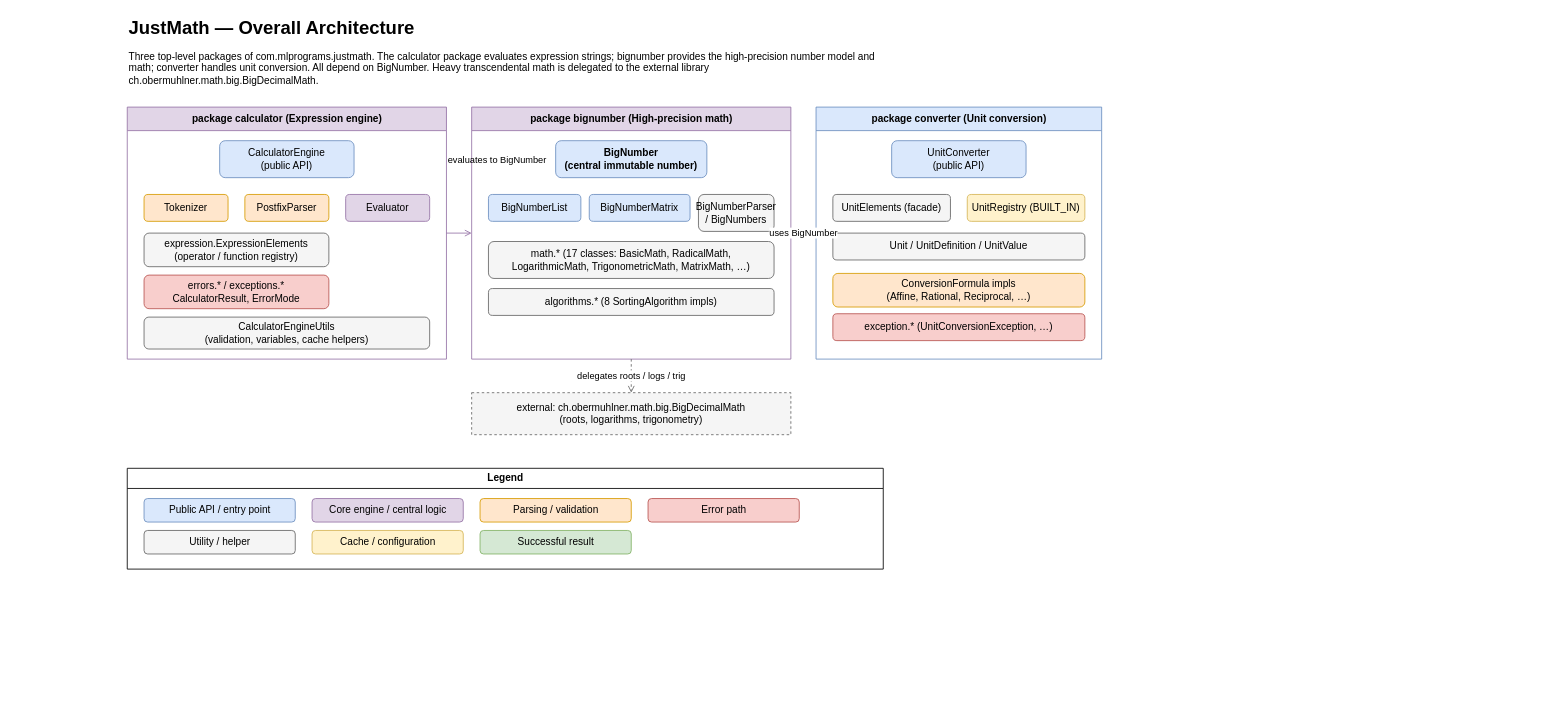
Above: docs/diagrams/architecture/01-overall-architecture.drawio in lembergmax/JustMath (draw.io), before the change. Source tidied: cells renumbered, new cells numbered last; positions are measured from the earlier drawing's top-left corner, leaving out a move shared by most shapes. Both pictures are drawn from the tidied source at 84%, with x=0, y=0 at pixel (127, 14).
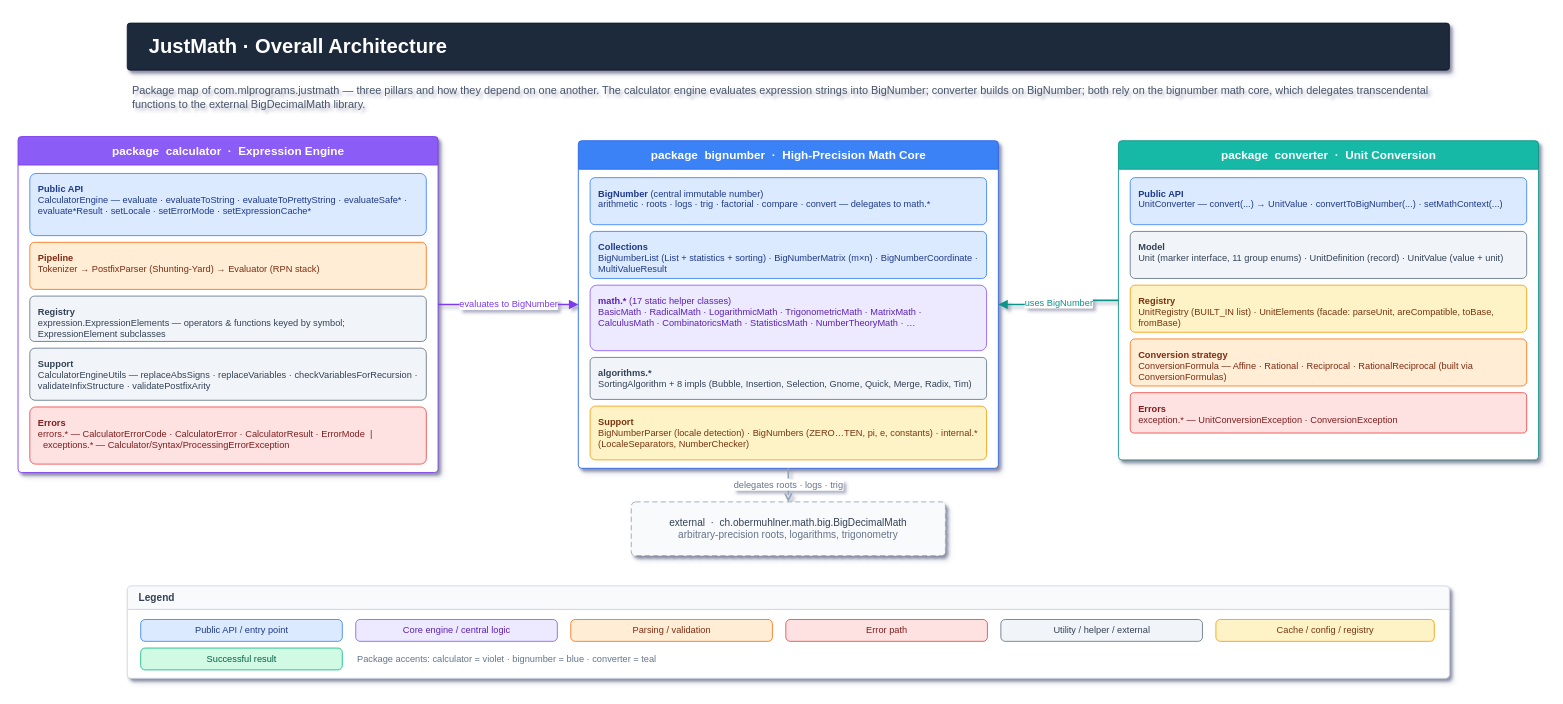
Above is the later version.

What changed in the source:
```diff
@@
-<mxGraphModel>
+<mxGraphModel shadow="1">
@@
-    <mxCell id="2" value="JustMath — Overall Architecture" style="text;html=1;fontSize=22;fontStyle=1;align=left;verticalAlign=middle;" parent="1" vertex="1">
-      <mxGeometry width="700" height="34" as="geometry" />
-    </mxCell>
-    <mxCell id="3" value="Three top-level packages of com.mlprograms.justmath. The calculator package evaluates expression strings; bignumber provides the high-precision number model and math; converter handles unit conversion. All depend on BigNumber. Heavy transcendental math is delegated to the external library ch.obermuhlner.math.big.BigDecimalMath." style="text;html=1;fontSize=12;align=left;verticalAlign=top;whiteSpace=wrap;" parent="1" vertex="1">
-      <mxGeometry y="36" width="900" height="54" as="geometry" />
-    </mxCell>
+    <mxCell id="39" value="JustMath  ·  Overall Architecture" style="rounded=1;arcSize=6;html=1;fillColor=#1E293B;strokeColor=#0F172A;fontColor=#FFFFFF;fontSize=24;fontStyle=1;fontFamily=Helvetica;align=left;verticalAlign=middle;spacingLeft=24;shadow=1;" parent="1" vertex="1">
+      <mxGeometry y="10" width="1574" height="56" as="geometry" />
+    </mxCell>
+    <mxCell id="40" value="Package map of com.mlprograms.justmath — three pillars and how they depend on one another. The calculator engine evaluates expression strings into BigNumber; converter builds on BigNumber; both rely on the bignumber math core, which delegates transcendental functions to the external BigDecimalMath library." style="text;html=1;fontColor=#475569;fontSize=13;fontFamily=Helvetica;align=left;verticalAlign=top;whiteSpace=wrap;" parent="1" vertex="1">
+      <mxGeometry x="4" y="76" width="1560" height="50" as="geometry" />
+    </mxCell>
-    <mxCell id="4" value="package calculator  (Expression engine)" style="swimlane;html=1;startSize=28;fillColor=#e1d5e7;strokeColor=#9673a6;fontStyle=1;verticalAlign=top;" parent="1" vertex="1">
-      <mxGeometry y="110" width="380" height="300" as="geometry" />
+    <mxCell id="4" value="package  calculator  ·  Expression Engine" style="swimlane;rounded=1;arcSize=4;html=1;startSize=34;fillColor=#8B5CF6;strokeColor=#7C3AED;fontColor=#FFFFFF;fontStyle=1;fontSize=14;fontFamily=Helvetica;verticalAlign=middle;align=center;swimlaneFillColor=#FFFFFF;shadow=1;" parent="1" vertex="1">
+      <mxGeometry x="-130" y="145" width="500" height="400" as="geometry" />
     </mxCell>
-    <mxCell id="5" value="CalculatorEngine&#10;(public API)" style="rounded=1;html=1;whiteSpace=wrap;fillColor=#dae8fc;strokeColor=#6c8ebf;" parent="4" vertex="1">
-      <mxGeometry x="110" y="40" width="160" height="44" as="geometry" />
-    </mxCell>
-    <mxCell id="6" value="Tokenizer" style="rounded=1;html=1;whiteSpace=wrap;fillColor=#ffe6cc;strokeColor=#d79b00;" parent="4" vertex="1">
-      <mxGeometry x="20" y="104" width="100" height="32" as="geometry" />
-    </mxCell>
-    <mxCell id="7" value="PostfixParser" style="rounded=1;html=1;whiteSpace=wrap;fillColor=#ffe6cc;strokeColor=#d79b00;" parent="4" vertex="1">
-      <mxGeometry x="140" y="104" width="100" height="32" as="geometry" />
-    </mxCell>
-    <mxCell id="8" value="Evaluator" style="rounded=1;html=1;whiteSpace=wrap;fillColor=#e1d5e7;strokeColor=#9673a6;" parent="4" vertex="1">
-      <mxGeometry x="260" y="104" width="100" height="32" as="geometry" />
-    </mxCell>
-    <mxCell id="9" value="expression.ExpressionElements&#10;(operator / function registry)" style="rounded=1;html=1;whiteSpace=wrap;fillColor=#f5f5f5;strokeColor=#666666;" parent="4" vertex="1">
-      <mxGeometry x="20" y="150" width="220" height="40" as="geometry" />
-    </mxCell>
-    <mxCell id="10" value="errors.* / exceptions.*&#10;CalculatorResult, ErrorMode" style="rounded=1;html=1;whiteSpace=wrap;fillColor=#f8cecc;strokeColor=#b85450;" parent="4" vertex="1">
-      <mxGeometry x="20" y="200" width="220" height="40" as="geometry" />
-    </mxCell>
-    <mxCell id="11" value="CalculatorEngineUtils&#10;(validation, variables, cache helpers)" style="rounded=1;html=1;whiteSpace=wrap;fillColor=#f5f5f5;strokeColor=#666666;" parent="4" vertex="1">
-      <mxGeometry x="20" y="250" width="340" height="38" as="geometry" />
-    </mxCell>
+    <mxCell id="41" value="&lt;b&gt;Public API&lt;/b&gt;&lt;br&gt;CalculatorEngine — evaluate · evaluateToString · evaluateToPrettyString · evaluateSafe* · evaluate*Result · setLocale · setErrorMode · setExpressionCache*" style="text;html=1;fillColor=#DBEAFE;strokeColor=#3B82F6;fontColor=#1E3A8A;fontSize=11;fontFamily=Helvetica;align=left;verticalAlign=top;whiteSpace=wrap;rounded=1;arcSize=10;spacingLeft=8;spacingTop=6;spacingRight=8;" parent="4" vertex="1">
+      <mxGeometry x="14" y="44" width="472" height="74" as="geometry" />
+    </mxCell>
+    <mxCell id="42" value="&lt;b&gt;Pipeline&lt;/b&gt;&lt;br&gt;Tokenizer → PostfixParser (Shunting-Yard) → Evaluator (RPN stack)" style="text;html=1;fillColor=#FFEDD5;strokeColor=#F97316;fontColor=#7C2D12;fontSize=11;fontFamily=Helvetica;align=left;verticalAlign=top;whiteSpace=wrap;rounded=1;arcSize=10;spacingLeft=8;spacingTop=6;spacingRight=8;" parent="4" vertex="1">
+      <mxGeometry x="14" y="126" width="472" height="56" as="geometry" />
+    </mxCell>
+    <mxCell id="43" value="&lt;b&gt;Registry&lt;/b&gt;&lt;br&gt;expression.ExpressionElements — operators &amp;amp; functions keyed by symbol; ExpressionElement subclasses" style="text;html=1;fillColor=#F1F5F9;strokeColor=#64748B;fontColor=#334155;fontSize=11;fontFamily=Helvetica;align=left;verticalAlign=top;whiteSpace=wrap;rounded=1;arcSize=10;spacingLeft=8;spacingTop=6;spacingRight=8;" parent="4" vertex="1">
+      <mxGeometry x="14" y="190" width="472" height="54" as="geometry" />
+    </mxCell>
+    <mxCell id="44" value="&lt;b&gt;Support&lt;/b&gt;&lt;br&gt;CalculatorEngineUtils — replaceAbsSigns · replaceVariables · checkVariablesForRecursion · validateInfixStructure · validatePostfixArity" style="text;html=1;fillColor=#F1F5F9;strokeColor=#64748B;fontColor=#334155;fontSize=11;fontFamily=Helvetica;align=left;verticalAlign=top;whiteSpace=wrap;rounded=1;arcSize=10;spacingLeft=8;spacingTop=6;spacingRight=8;" parent="4" vertex="1">
+      <mxGeometry x="14" y="252" width="472" height="62" as="geometry" />
+    </mxCell>
+    <mxCell id="45" value="&lt;b&gt;Errors&lt;/b&gt;&lt;br&gt;errors.* — CalculatorErrorCode · CalculatorError · CalculatorResult · ErrorMode  |  exceptions.* — Calculator/Syntax/ProcessingErrorException" style="text;html=1;fillColor=#FEE2E2;strokeColor=#EF4444;fontColor=#7F1D1D;fontSize=11;fontFamily=Helvetica;align=left;verticalAlign=top;whiteSpace=wrap;rounded=1;arcSize=10;spacingLeft=8;spacingTop=6;spacingRight=8;" parent="4" vertex="1">
+      <mxGeometry x="14" y="322" width="472" height="68" as="geometry" />
+    </mxCell>
-    <mxCell id="12" value="package bignumber  (High-precision math)" style="swimlane;html=1;startSize=28;fillColor=#e1d5e7;strokeColor=#9673a6;fontStyle=1;verticalAlign=top;" parent="1" vertex="1">
-      <mxGeometry x="410" y="110" width="380" height="300" as="geometry" />
+    <mxCell id="12" value="package  bignumber  ·  High-Precision Math Core" style="swimlane;rounded=1;arcSize=4;html=1;startSize=34;fillColor=#3B82F6;strokeColor=#2563EB;fontColor=#FFFFFF;fontStyle=1;fontSize=14;fontFamily=Helvetica;verticalAlign=middle;align=center;swimlaneFillColor=#FFFFFF;shadow=1;" parent="1" vertex="1">
+      <mxGeometry x="537" y="150" width="500" height="390" as="geometry" />
     </mxCell>
-    <mxCell id="13" value="BigNumber&#10;(central immutable number)" style="rounded=1;html=1;whiteSpace=wrap;fillColor=#dae8fc;strokeColor=#6c8ebf;fontStyle=1;" parent="12" vertex="1">
-      <mxGeometry x="100" y="40" width="180" height="44" as="geometry" />
-    </mxCell>
-    <mxCell id="14" value="BigNumberList" style="rounded=1;html=1;whiteSpace=wrap;fillColor=#dae8fc;strokeColor=#6c8ebf;" parent="12" vertex="1">
-      <mxGeometry x="20" y="104" width="110" height="32" as="geometry" />
-    </mxCell>
-    <mxCell id="15" value="BigNumberMatrix" style="rounded=1;html=1;whiteSpace=wrap;fillColor=#dae8fc;strokeColor=#6c8ebf;" parent="12" vertex="1">
-      <mxGeometry x="140" y="104" width="120" height="32" as="geometry" />
-    </mxCell>
-    <mxCell id="16" value="BigNumberParser / BigNumbers" style="rounded=1;html=1;whiteSpace=wrap;fillColor=#f5f5f5;strokeColor=#666666;" parent="12" vertex="1">
-      <mxGeometry x="270" y="104" width="90" height="44" as="geometry" />
-    </mxCell>
-    <mxCell id="17" value="math.*  (17 classes: BasicMath, RadicalMath,&#10;LogarithmicMath, TrigonometricMath, MatrixMath, …)" style="rounded=1;html=1;whiteSpace=wrap;fillColor=#f5f5f5;strokeColor=#666666;" parent="12" vertex="1">
-      <mxGeometry x="20" y="160" width="340" height="44" as="geometry" />
-    </mxCell>
-    <mxCell id="18" value="algorithms.*  (8 SortingAlgorithm impls)" style="rounded=1;html=1;whiteSpace=wrap;fillColor=#f5f5f5;strokeColor=#666666;" parent="12" vertex="1">
-      <mxGeometry x="20" y="216" width="340" height="32" as="geometry" />
-    </mxCell>
+    <mxCell id="46" value="&lt;b&gt;BigNumber&lt;/b&gt; (central immutable number)&lt;br&gt;arithmetic · roots · logs · trig · factorial · compare · convert — delegates to math.*" style="text;html=1;fillColor=#DBEAFE;strokeColor=#3B82F6;fontColor=#1E3A8A;fontSize=11;fontFamily=Helvetica;align=left;verticalAlign=top;whiteSpace=wrap;rounded=1;arcSize=10;spacingLeft=8;spacingTop=6;spacingRight=8;" parent="12" vertex="1">
+      <mxGeometry x="14" y="44" width="472" height="56" as="geometry" />
+    </mxCell>
+    <mxCell id="47" value="&lt;b&gt;Collections&lt;/b&gt;&lt;br&gt;BigNumberList (List + statistics + sorting) · BigNumberMatrix (m×n) · BigNumberCoordinate · MultiValueResult" style="text;html=1;fillColor=#DBEAFE;strokeColor=#3B82F6;fontColor=#1E3A8A;fontSize=11;fontFamily=Helvetica;align=left;verticalAlign=top;whiteSpace=wrap;rounded=1;arcSize=10;spacingLeft=8;spacingTop=6;spacingRight=8;" parent="12" vertex="1">
+      <mxGeometry x="14" y="108" width="472" height="56" as="geometry" />
+    </mxCell>
+    <mxCell id="48" value="&lt;b&gt;math.*&lt;/b&gt; (17 static helper classes)&lt;br&gt;BasicMath · RadicalMath · LogarithmicMath · TrigonometricMath · MatrixMath · CalculusMath · CombinatoricsMath · StatisticsMath · NumberTheoryMath · …" style="text;html=1;fillColor=#EDE9FE;strokeColor=#8B5CF6;fontColor=#5B21B6;fontSize=11;fontFamily=Helvetica;align=left;verticalAlign=top;whiteSpace=wrap;rounded=1;arcSize=10;spacingLeft=8;spacingTop=6;spacingRight=8;" parent="12" vertex="1">
+      <mxGeometry x="14" y="172" width="472" height="78" as="geometry" />
+    </mxCell>
+    <mxCell id="49" value="&lt;b&gt;algorithms.*&lt;/b&gt;&lt;br&gt;SortingAlgorithm + 8 impls (Bubble, Insertion, Selection, Gnome, Quick, Merge, Radix, Tim)" style="text;html=1;fillColor=#F1F5F9;strokeColor=#64748B;fontColor=#334155;fontSize=11;fontFamily=Helvetica;align=left;verticalAlign=top;whiteSpace=wrap;rounded=1;arcSize=10;spacingLeft=8;spacingTop=6;spacingRight=8;" parent="12" vertex="1">
+      <mxGeometry x="14" y="258" width="472" height="50" as="geometry" />
+    </mxCell>
+    <mxCell id="50" value="&lt;b&gt;Support&lt;/b&gt;&lt;br&gt;BigNumberParser (locale detection) · BigNumbers (ZERO…TEN, pi, e, constants) · internal.* (LocaleSeparators, NumberChecker)" style="text;html=1;fillColor=#FEF3C7;strokeColor=#F59E0B;fontColor=#78350F;fontSize=11;fontFamily=Helvetica;align=left;verticalAlign=top;whiteSpace=wrap;rounded=1;arcSize=10;spacingLeft=8;spacingTop=6;spacingRight=8;" parent="12" vertex="1">
+      <mxGeometry x="14" y="316" width="472" height="64" as="geometry" />
+    </mxCell>
-    <mxCell id="19" value="package converter  (Unit conversion)" style="swimlane;html=1;startSize=28;fillColor=#dae8fc;strokeColor=#6c8ebf;fontStyle=1;verticalAlign=top;" parent="1" vertex="1">
-      <mxGeometry x="820" y="110" width="340" height="300" as="geometry" />
+    <mxCell id="19" value="package  converter  ·  Unit Conversion" style="swimlane;rounded=1;arcSize=4;html=1;startSize=34;fillColor=#14B8A6;strokeColor=#0D9488;fontColor=#FFFFFF;fontStyle=1;fontSize=14;fontFamily=Helvetica;verticalAlign=middle;align=center;swimlaneFillColor=#FFFFFF;shadow=1;" parent="1" vertex="1">
+      <mxGeometry x="1180" y="150" width="500" height="380" as="geometry" />
     </mxCell>
-    <mxCell id="20" value="UnitConverter&#10;(public API)" style="rounded=1;html=1;whiteSpace=wrap;fillColor=#dae8fc;strokeColor=#6c8ebf;" parent="19" vertex="1">
-      <mxGeometry x="90" y="40" width="160" height="44" as="geometry" />
-    </mxCell>
-    <mxCell id="21" value="UnitElements (facade)" style="rounded=1;html=1;whiteSpace=wrap;fillColor=#f5f5f5;strokeColor=#666666;" parent="19" vertex="1">
-      <mxGeometry x="20" y="104" width="140" height="32" as="geometry" />
-    </mxCell>
-    <mxCell id="22" value="UnitRegistry (BUILT_IN)" style="rounded=1;html=1;whiteSpace=wrap;fillColor=#fff2cc;strokeColor=#d6b656;" parent="19" vertex="1">
-      <mxGeometry x="180" y="104" width="140" height="32" as="geometry" />
-    </mxCell>
-    <mxCell id="23" value="Unit / UnitDefinition / UnitValue" style="rounded=1;html=1;whiteSpace=wrap;fillColor=#f5f5f5;strokeColor=#666666;" parent="19" vertex="1">
-      <mxGeometry x="20" y="150" width="300" height="32" as="geometry" />
-    </mxCell>
-    <mxCell id="24" value="ConversionFormula impls&#10;(Affine, Rational, Reciprocal, …)" style="rounded=1;html=1;whiteSpace=wrap;fillColor=#ffe6cc;strokeColor=#d79b00;" parent="19" vertex="1">
-      <mxGeometry x="20" y="198" width="300" height="40" as="geometry" />
-    </mxCell>
-    <mxCell id="25" value="exception.* (UnitConversionException, …)" style="rounded=1;html=1;whiteSpace=wrap;fillColor=#f8cecc;strokeColor=#b85450;" parent="19" vertex="1">
-      <mxGeometry x="20" y="246" width="300" height="32" as="geometry" />
-    </mxCell>
+    <mxCell id="51" value="&lt;b&gt;Public API&lt;/b&gt;&lt;br&gt;UnitConverter — convert(...) → UnitValue · convertToBigNumber(...) · setMathContext(...)" style="text;html=1;fillColor=#DBEAFE;strokeColor=#3B82F6;fontColor=#1E3A8A;fontSize=11;fontFamily=Helvetica;align=left;verticalAlign=top;whiteSpace=wrap;rounded=1;arcSize=10;spacingLeft=8;spacingTop=6;spacingRight=8;" parent="19" vertex="1">
+      <mxGeometry x="14" y="44" width="472" height="56" as="geometry" />
+    </mxCell>
+    <mxCell id="52" value="&lt;b&gt;Model&lt;/b&gt;&lt;br&gt;Unit (marker interface, 11 group enums) · UnitDefinition (record) · UnitValue (value + unit)" style="text;html=1;fillColor=#F1F5F9;strokeColor=#64748B;fontColor=#334155;fontSize=11;fontFamily=Helvetica;align=left;verticalAlign=top;whiteSpace=wrap;rounded=1;arcSize=10;spacingLeft=8;spacingTop=6;spacingRight=8;" parent="19" vertex="1">
+      <mxGeometry x="14" y="108" width="472" height="56" as="geometry" />
+    </mxCell>
+    <mxCell id="53" value="&lt;b&gt;Registry&lt;/b&gt;&lt;br&gt;UnitRegistry (BUILT_IN list) · UnitElements (facade: parseUnit, areCompatible, toBase, fromBase)" style="text;html=1;fillColor=#FEF3C7;strokeColor=#F59E0B;fontColor=#78350F;fontSize=11;fontFamily=Helvetica;align=left;verticalAlign=top;whiteSpace=wrap;rounded=1;arcSize=10;spacingLeft=8;spacingTop=6;spacingRight=8;" parent="19" vertex="1">
+      <mxGeometry x="14" y="172" width="472" height="56" as="geometry" />
+    </mxCell>
+    <mxCell id="54" value="&lt;b&gt;Conversion strategy&lt;/b&gt;&lt;br&gt;ConversionFormula — Affine · Rational · Reciprocal · RationalReciprocal (built via ConversionFormulas)" style="text;html=1;fillColor=#FFEDD5;strokeColor=#F97316;fontColor=#7C2D12;fontSize=11;fontFamily=Helvetica;align=left;verticalAlign=top;whiteSpace=wrap;rounded=1;arcSize=10;spacingLeft=8;spacingTop=6;spacingRight=8;" parent="19" vertex="1">
+      <mxGeometry x="14" y="236" width="472" height="56" as="geometry" />
+    </mxCell>
+    <mxCell id="55" value="&lt;b&gt;Errors&lt;/b&gt;&lt;br&gt;exception.* — UnitConversionException · ConversionException" style="text;html=1;fillColor=#FEE2E2;strokeColor=#EF4444;fontColor=#7F1D1D;fontSize=11;fontFamily=Helvetica;align=left;verticalAlign=top;whiteSpace=wrap;rounded=1;arcSize=10;spacingLeft=8;spacingTop=6;spacingRight=8;" parent="19" vertex="1">
+      <mxGeometry x="14" y="300" width="472" height="48" as="geometry" />
+    </mxCell>
-    <mxCell id="26" value="external: ch.obermuhlner.math.big.BigDecimalMath&#10;(roots, logarithms, trigonometry)" style="rounded=0;html=1;whiteSpace=wrap;dashed=1;fillColor=#f5f5f5;strokeColor=#666666;" parent="1" vertex="1">
-      <mxGeometry x="410" y="450" width="380" height="50" as="geometry" />
+    <mxCell id="26" value="external  ·  ch.obermuhlner.math.big.BigDecimalMath&lt;br&gt;&lt;font color=&quot;#64748B&quot;&gt;arbitrary-precision roots, logarithms, trigonometry&lt;/font&gt;" style="rounded=1;arcSize=8;html=1;dashed=1;dashPattern=6 4;fillColor=#F8FAFC;strokeColor=#94A3B8;fontColor=#334155;fontSize=12;fontFamily=Helvetica;align=center;verticalAlign=middle;whiteSpace=wrap;shadow=1;" parent="1" vertex="1">
+      <mxGeometry x="600" y="580" width="374" height="64" as="geometry" />
     </mxCell>
-    <mxCell id="27" style="endArrow=open;html=1;strokeColor=#9673a6;fontSize=11;" parent="1" edge="1" source="4" target="12">
+    <mxCell id="27" value="evaluates to BigNumber" style="endArrow=block;html=1;rounded=1;edgeStyle=orthogonalEdgeStyle;strokeColor=#7C3AED;strokeWidth=2;fontColor=#7C3AED;fontSize=11;fontFamily=Helvetica;" parent="1" edge="1" source="4" target="12">
       <mxGeometry relative="1" as="geometry" />
     </mxCell>
-    <mxCell id="28" value="evaluates to BigNumber" style="text;html=1;fontSize=11;" parent="1" vertex="1">
-      <mxGeometry x="380" y="160" width="50" height="40" as="geometry" />
-    </mxCell>
-    <mxCell id="29" value="uses BigNumber" style="endArrow=open;html=1;strokeColor=#6c8ebf;fontSize=11;" parent="1" edge="1" source="19" target="12">
+    <mxCell id="29" value="uses BigNumber" style="endArrow=block;html=1;rounded=1;edgeStyle=orthogonalEdgeStyle;strokeColor=#0D9488;strokeWidth=2;fontColor=#0D9488;fontSize=11;fontFamily=Helvetica;" parent="1" edge="1" source="19" target="12">
       <mxGeometry relative="1" as="geometry" />
     </mxCell>
-    <mxCell id="30" value="delegates roots / logs / trig" style="endArrow=open;html=1;strokeColor=#666666;dashed=1;fontSize=11;" parent="1" edge="1" source="12" target="26">
+    <mxCell id="30" value="delegates roots · logs · trig" style="endArrow=open;html=1;rounded=1;dashed=1;dashPattern=6 4;strokeColor=#94A3B8;strokeWidth=2;fontColor=#64748B;fontSize=11;fontFamily=Helvetica;" parent="1" edge="1" source="12" target="26">
       <mxGeometry relative="1" as="geometry" />
     </mxCell>
-    <mxCell id="31" value="Legend" style="swimlane;html=1;startSize=24;fillColor=none;strokeColor=#000000;fontStyle=1;" parent="1" vertex="1">
-      <mxGeometry y="540" width="900" height="120" as="geometry" />
+    <mxCell id="31" value="Legend" style="swimlane;rounded=1;arcSize=6;html=1;startSize=28;fillColor=#F8FAFC;strokeColor=#CBD5E1;fontColor=#334155;fontStyle=1;fontSize=12;fontFamily=Helvetica;align=left;verticalAlign=middle;spacingLeft=12;swimlaneFillColor=#FFFFFF;shadow=1;" parent="1" vertex="1">
+      <mxGeometry y="680" width="1574" height="110" as="geometry" />
     </mxCell>
-    <mxCell id="32" value="Public API / entry point" style="rounded=1;html=1;fillColor=#dae8fc;strokeColor=#6c8ebf;" parent="31" vertex="1">
-      <mxGeometry x="20" y="36" width="180" height="28" as="geometry" />
+    <mxCell id="32" value="Public API / entry point" style="text;html=1;rounded=1;arcSize=20;fillColor=#DBEAFE;strokeColor=#3B82F6;fontColor=#1E3A8A;fontSize=11;fontFamily=Helvetica;align=center;" parent="31" vertex="1">
+      <mxGeometry x="16" y="40" width="240" height="26" as="geometry" />
     </mxCell>
-    <mxCell id="33" value="Core engine / central logic" style="rounded=1;html=1;fillColor=#e1d5e7;strokeColor=#9673a6;" parent="31" vertex="1">
-      <mxGeometry x="220" y="36" width="180" height="28" as="geometry" />
+    <mxCell id="33" value="Core engine / central logic" style="text;html=1;rounded=1;arcSize=20;fillColor=#EDE9FE;strokeColor=#8B5CF6;fontColor=#5B21B6;fontSize=11;fontFamily=Helvetica;align=center;" parent="31" vertex="1">
+      <mxGeometry x="272" y="40" width="240" height="26" as="geometry" />
     </mxCell>
-    <mxCell id="34" value="Parsing / validation" style="rounded=1;html=1;fillColor=#ffe6cc;strokeColor=#d79b00;" parent="31" vertex="1">
-      <mxGeometry x="420" y="36" width="180" height="28" as="geometry" />
+    <mxCell id="34" value="Parsing / validation" style="text;html=1;rounded=1;arcSize=20;fillColor=#FFEDD5;strokeColor=#F97316;fontColor=#7C2D12;fontSize=11;fontFamily=Helvetica;align=center;" parent="31" vertex="1">
+      <mxGeometry x="528" y="40" width="240" height="26" as="geometry" />
     </mxCell>
-    <mxCell id="35" value="Error path" style="rounded=1;html=1;fillColor=#f8cecc;strokeColor=#b85450;" parent="31" vertex="1">
-      <mxGeometry x="620" y="36" width="180" height="28" as="geometry" />
+    <mxCell id="35" value="Error path" style="text;html=1;rounded=1;arcSize=20;fillColor=#FEE2E2;strokeColor=#EF4444;fontColor=#7F1D1D;fontSize=11;fontFamily=Helvetica;align=center;" parent="31" vertex="1">
+      <mxGeometry x="784" y="40" width="240" height="26" as="geometry" />
     </mxCell>
-    <mxCell id="36" value="Utility / helper" style="rounded=1;html=1;fillColor=#f5f5f5;strokeColor=#666666;" parent="31" vertex="1">
-      <mxGeometry x="20" y="74" width="180" height="28" as="geometry" />
+    <mxCell id="36" value="Utility / helper / external" style="text;html=1;rounded=1;arcSize=20;fillColor=#F1F5F9;strokeColor=#64748B;fontColor=#334155;fontSize=11;fontFamily=Helvetica;align=center;" parent="31" vertex="1">
+      <mxGeometry x="1040" y="40" width="240" height="26" as="geometry" />
     </mxCell>
-    <mxCell id="37" value="Cache / configuration" style="rounded=1;html=1;fillColor=#fff2cc;strokeColor=#d6b656;" parent="31" vertex="1">
-      <mxGeometry x="220" y="74" width="180" height="28" as="geometry" />
+    <mxCell id="37" value="Cache / config / registry" style="text;html=1;rounded=1;arcSize=20;fillColor=#FEF3C7;strokeColor=#F59E0B;fontColor=#78350F;fontSize=11;fontFamily=Helvetica;align=center;" parent="31" vertex="1">
+      <mxGeometry x="1296" y="40" width="260" height="26" as="geometry" />
     </mxCell>
-    <mxCell id="38" value="Successful result" style="rounded=1;html=1;fillColor=#d5e8d4;strokeColor=#82b366;" parent="31" vertex="1">
-      <mxGeometry x="420" y="74" width="180" height="28" as="geometry" />
+    <mxCell id="38" value="Successful result" style="text;html=1;rounded=1;arcSize=20;fillColor=#D1FAE5;strokeColor=#10B981;fontColor=#065F46;fontSize=11;fontFamily=Helvetica;align=center;" parent="31" vertex="1">
+      <mxGeometry x="16" y="74" width="240" height="26" as="geometry" />
     </mxCell>
+    <mxCell id="56" value="Package accents: calculator = violet · bignumber = blue · converter = teal" style="text;html=1;fontColor=#64748B;fontSize=11;fontFamily=Helvetica;align=left;" parent="31" vertex="1">
+      <mxGeometry x="272" y="74" width="700" height="26" as="geometry" />
+    </mxCell>
```
